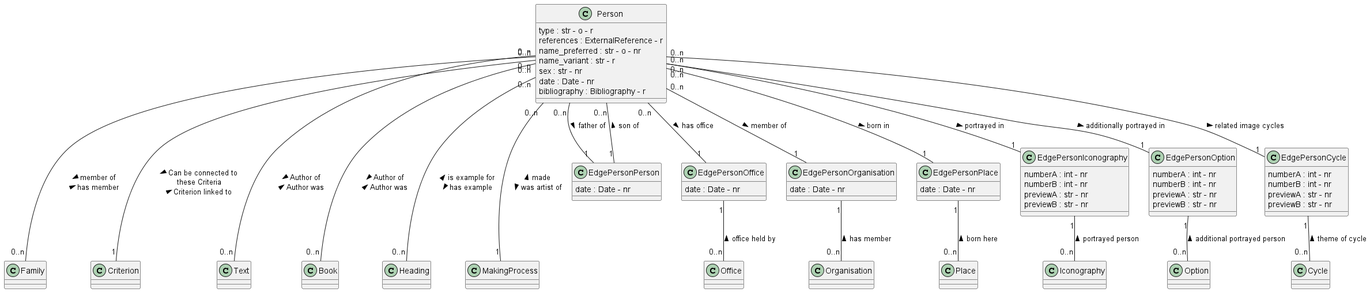
This is documentation/class_diagrams/Person.png from tmasch/bpf_be, a PlantUML export, as it was before one commit.
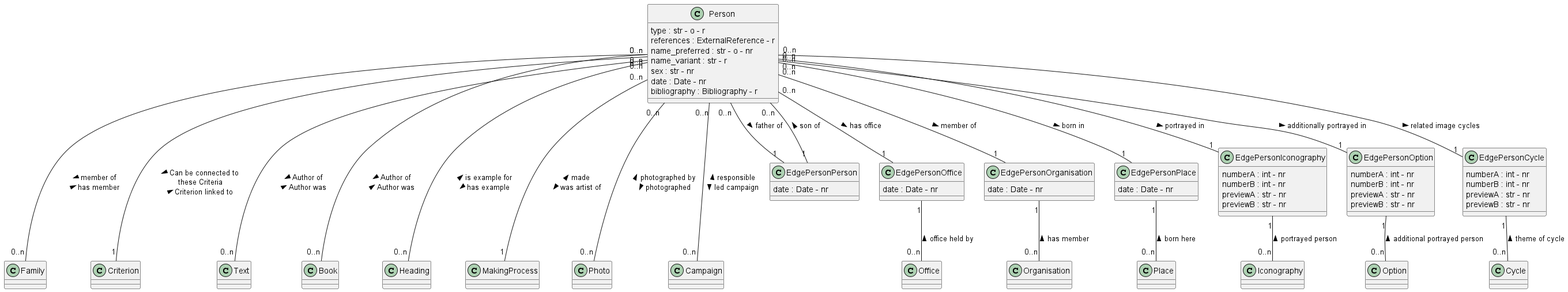
After the change.

The edit, as a diff of the source:
```diff
@@ -34,6 +34,10 @@
 class Heading
 
 class MakingProcess
+
+class Photo
+
+class Campaign
 
 class EdgePersonPerson
 EdgePersonPerson : date : Date - nr
@@ -98,4 +102,8 @@
 
 Person "0..n" --- "1" MakingProcess : < made \n was artist of >
 
+Person "0..n" --- "0..n" Photo : < photographed by \n photographed >
+
+Person "0..n" --- "0..n" Campaign : < responsible \n led campaign >
+
 @enduml
```
